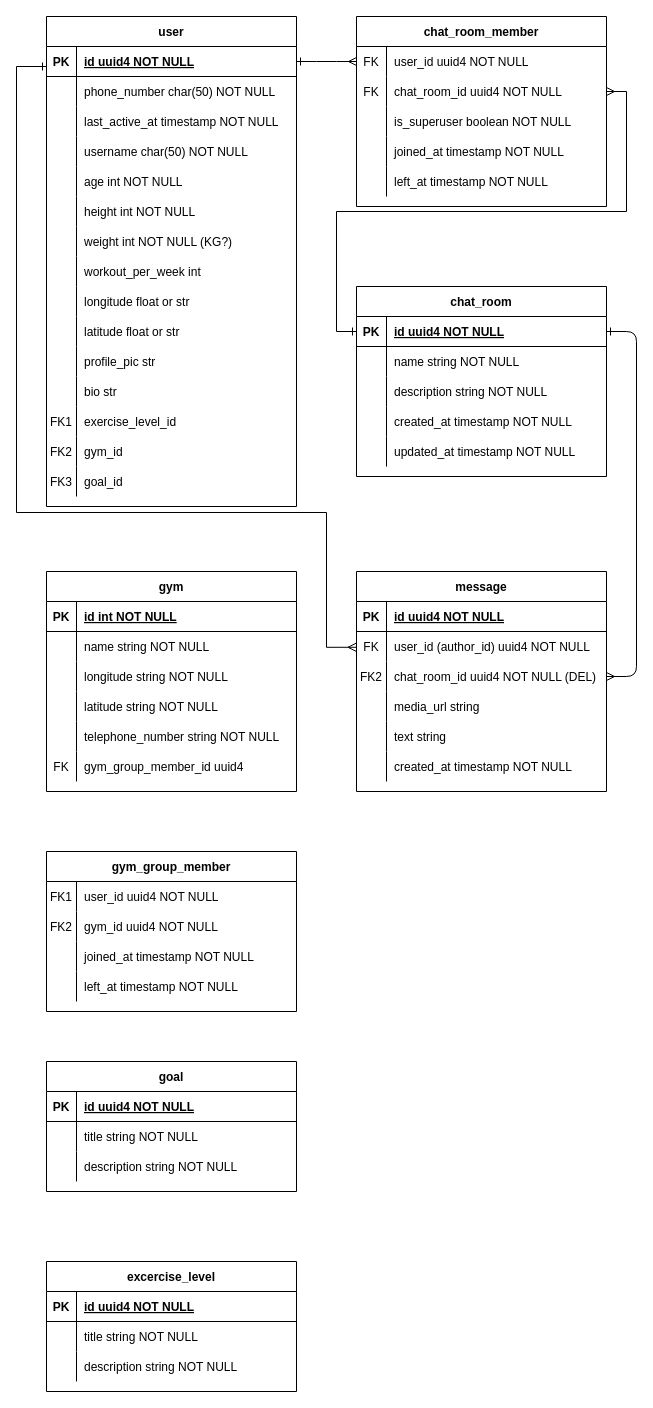
The draw.io diagram WeGoGym/WeGoGym-DB.drawio in ColaboAI/Diagrams, before the edit. Source tidied: cells renumbered, new cells numbered last; positions are measured from the earlier drawing's top-left corner, leaving out a move shared by most shapes. Both pictures are drawn from the tidied source at 100%, with x=0, y=0 at pixel (16, 16).
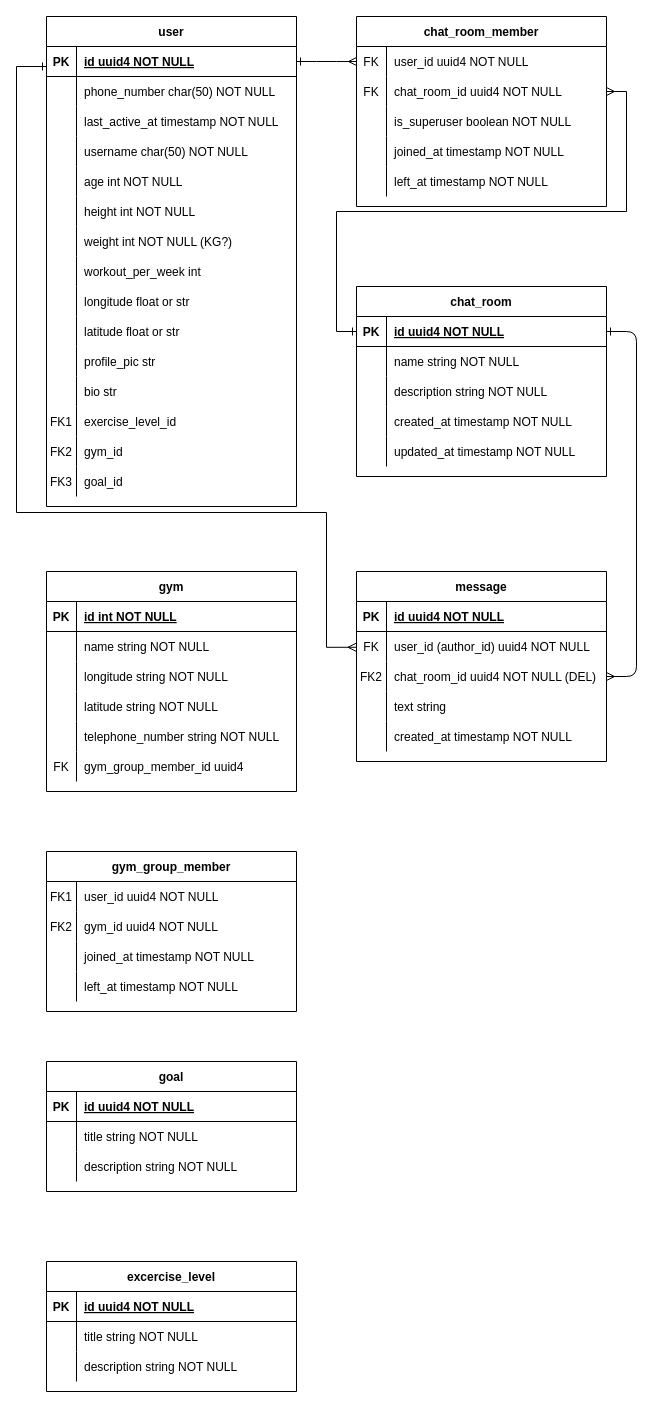
After the change.

Commit message:
remove media url field

What changed in the source:
```diff
@@
     <mxCell id="4" value="message" style="shape=table;startSize=30;childLayout=tableLayout;rowLines=0;fontStyle=1;align=center;" parent="1" vertex="1">
-      <mxGeometry x="340" y="555" width="250" height="220" as="geometry" />
+      <mxGeometry x="340" y="555" width="250" height="190" as="geometry" />
     </mxCell>
@@
-    <mxCell id="14" style="shape=partialRectangle;fillColor=none;top=0;left=0;right=0;bottom=0;" parent="4" vertex="1">
-      <mxGeometry y="120" width="250" height="30" as="geometry" />
-    </mxCell>
-    <mxCell id="15" style="shape=partialRectangle;overflow=hidden;fillColor=none;top=0;left=0;bottom=0;right=0;" parent="14" vertex="1">
-      <mxGeometry width="30" height="30" as="geometry" />
-    </mxCell>
-    <mxCell id="16" value="media_url string" style="shape=partialRectangle;overflow=hidden;fillColor=none;top=0;left=0;bottom=0;right=0;align=left;spacingLeft=6;" parent="14" vertex="1">
-      <mxGeometry x="30" width="220" height="30" as="geometry" />
-    </mxCell>
     <mxCell id="17" style="shape=partialRectangle;fillColor=none;top=0;left=0;right=0;bottom=0;" parent="4" vertex="1">
-      <mxGeometry y="150" width="250" height="30" as="geometry" />
+      <mxGeometry y="120" width="250" height="30" as="geometry" />
     </mxCell>
@@
     <mxCell id="20" style="shape=partialRectangle;fillColor=none;top=0;left=0;right=0;bottom=0;" parent="4" vertex="1">
-      <mxGeometry y="180" width="250" height="30" as="geometry" />
+      <mxGeometry y="150" width="250" height="30" as="geometry" />
     </mxCell>
```
